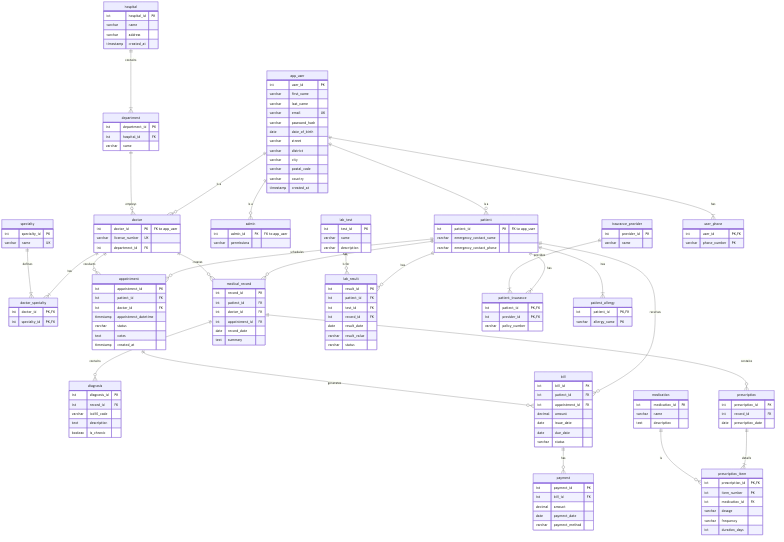
Before: er_diagram.png, a diagram exported from Mermaid (serhetgokdemir/smart-healthcare-management). Its source is kept beside it as er_diagram.mmd.
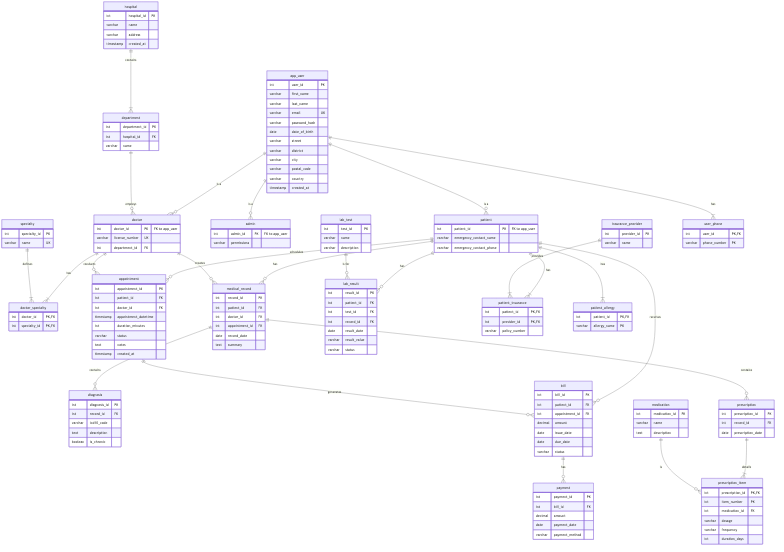
After the commit.

Diff of the diagram source:
```diff
@@ -59,6 +59,7 @@
         int patient_id FK
         int doctor_id FK
         timestamp appointment_datetime
+        int duration_minutes
         varchar status
         text notes
         timestamp created_at
```
